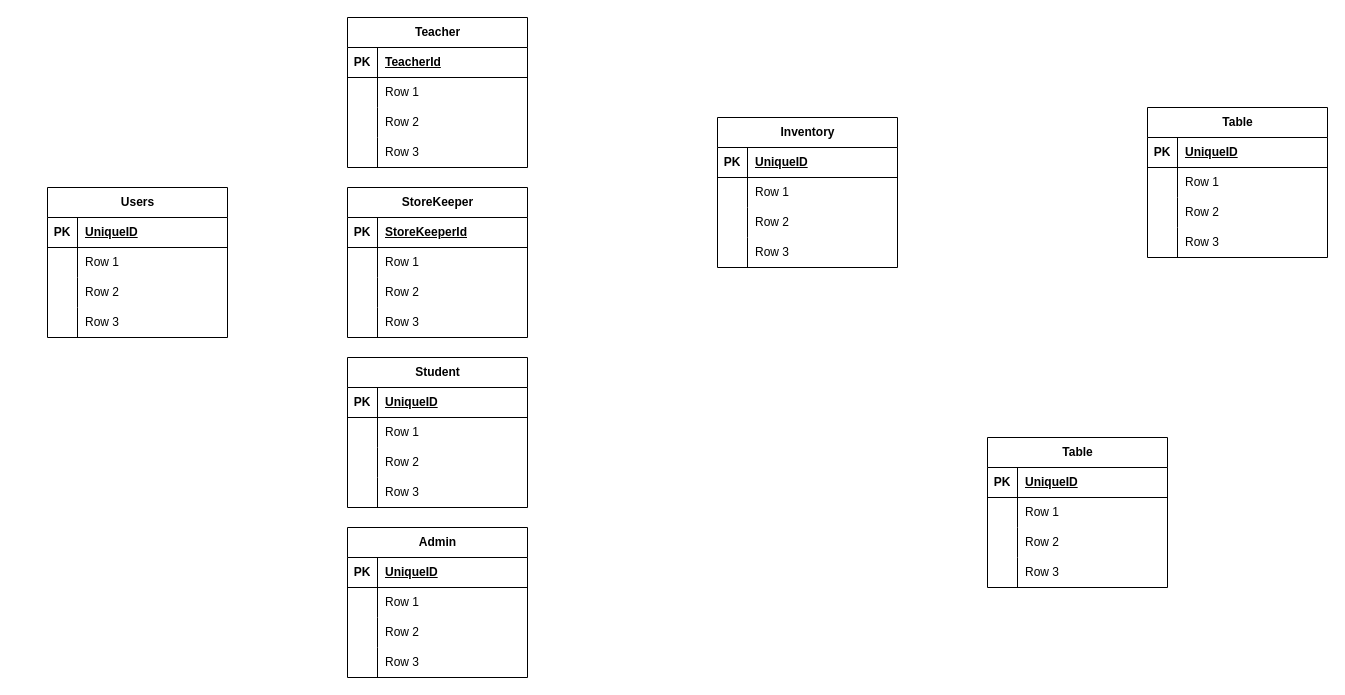
This is DER.drawio from MRiv1214/Almacen, a draw.io file, before an edit. Source tidied: cells renumbered, new cells numbered last; positions are measured from the earlier drawing's top-left corner, leaving out a move shared by most shapes. Both pictures are drawn from the tidied source at 100%, with x=0, y=0 at pixel (47, 17).
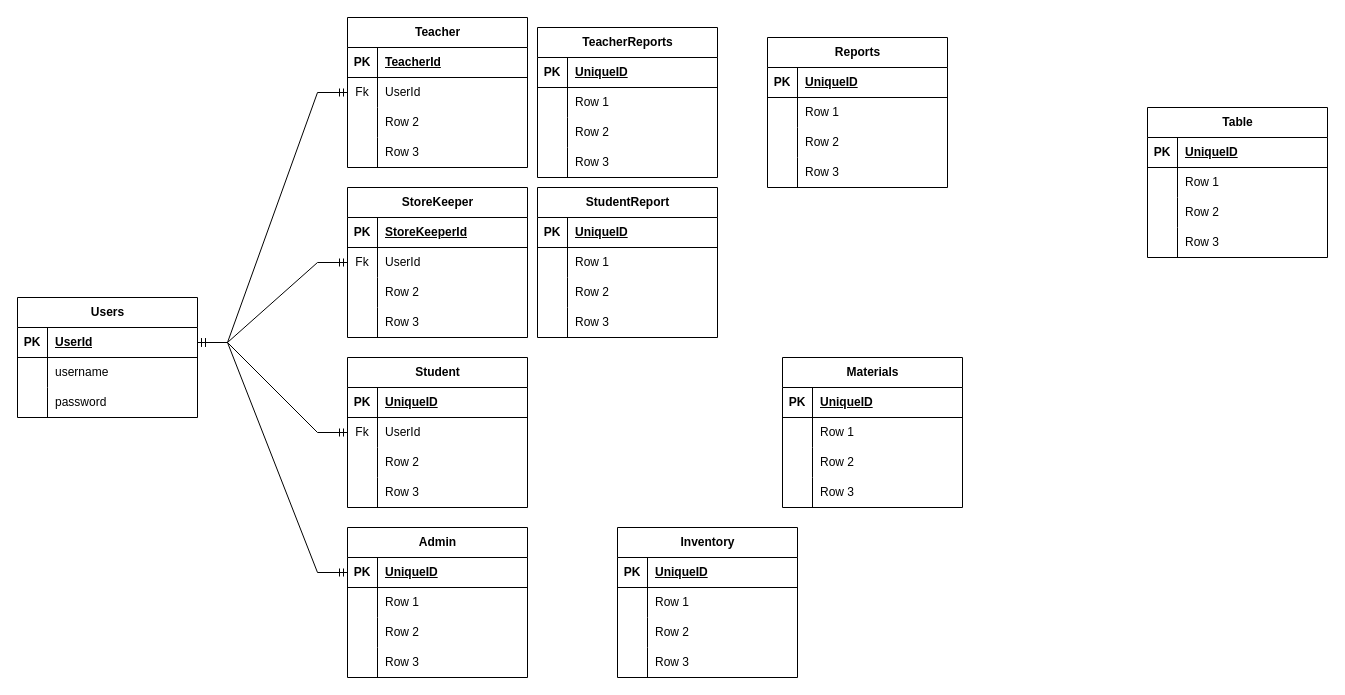
After the change.

Unchanged cells that the change refers to:
```xml
<mxCell id="3" style="shape=tableRow;horizontal=0;startSize=0;swimlaneHead=0;swimlaneBody=0;fillColor=none;points=[[0,0.5],[1,0.5]];portConstraint=eastwest;top=0;left=0;right=0;bottom=1;" parent="2" vertex="1">
  <mxGeometry y="30" width="180" height="30" as="geometry" />
</mxCell>
<mxCell id="6" style="shape=tableRow;horizontal=0;startSize=0;swimlaneHead=0;swimlaneBody=0;fillColor=none;top=0;left=0;right=0;bottom=0;" parent="2" vertex="1">
  <mxGeometry y="60" width="180" height="30" as="geometry" />
</mxCell>
<mxCell id="9" style="shape=tableRow;horizontal=0;startSize=0;swimlaneHead=0;swimlaneBody=0;fillColor=none;top=0;left=0;right=0;bottom=0;" parent="2" vertex="1">
  <mxGeometry y="90" width="180" height="30" as="geometry" />
</mxCell>
<mxCell id="19" style="shape=tableRow;horizontal=0;startSize=0;swimlaneHead=0;swimlaneBody=0;fillColor=none;points=[[0,0.5],[1,0.5]];portConstraint=eastwest;top=0;left=0;right=0;bottom=0;" parent="15" vertex="1">
  <mxGeometry y="60" width="180" height="30" as="geometry" />
</mxCell>
<mxCell id="32" style="shape=tableRow;horizontal=0;startSize=0;swimlaneHead=0;swimlaneBody=0;fillColor=none;points=[[0,0.5],[1,0.5]];portConstraint=eastwest;top=0;left=0;right=0;bottom=0;" parent="28" vertex="1">
  <mxGeometry y="60" width="180" height="30" as="geometry" />
</mxCell>
<mxCell id="45" style="shape=tableRow;horizontal=0;startSize=0;swimlaneHead=0;swimlaneBody=0;fillColor=none;points=[[0,0.5],[1,0.5]];portConstraint=eastwest;top=0;left=0;right=0;bottom=0;" parent="41" vertex="1">
  <mxGeometry y="60" width="180" height="30" as="geometry" />
</mxCell>
<mxCell id="55" style="shape=tableRow;horizontal=0;startSize=0;swimlaneHead=0;swimlaneBody=0;fillColor=none;points=[[0,0.5],[1,0.5]];portConstraint=eastwest;top=0;left=0;right=0;bottom=1;" parent="54" vertex="1">
  <mxGeometry y="30" width="180" height="30" as="geometry" />
</mxCell>
```

Diff of the diagram source:
```diff
@@
     <mxCell id="2" value="Users" style="shape=table;startSize=30;childLayout=tableLayout;rowLines=0;fontStyle=1;align=center;html=1;" parent="1" vertex="1">
-      <mxGeometry y="170" width="180" height="150" as="geometry" />
+      <mxGeometry x="-30" y="280" width="180" height="120" as="geometry" />
     </mxCell>
@@
-    <mxCell id="5" value="UniqueID" style="shape=partialRectangle;fillColor=none;top=0;left=0;bottom=0;right=0;align=left;spacingLeft=6;fontStyle=5;overflow=hidden;whiteSpace=wrap;html=1;" parent="3" vertex="1">
+    <mxCell id="5" value="UserId" style="shape=partialRectangle;fillColor=none;top=0;left=0;bottom=0;right=0;align=left;spacingLeft=6;fontStyle=5;overflow=hidden;whiteSpace=wrap;html=1;" parent="3" vertex="1">
       <mxGeometry x="30" width="150" height="30" as="geometry" />
     </mxCell>
@@
-    <mxCell id="8" value="Row 1" style="shape=partialRectangle;fillColor=none;top=0;left=0;bottom=0;right=0;align=left;spacingLeft=6;overflow=hidden;whiteSpace=wrap;html=1;" parent="6" vertex="1">
+    <mxCell id="8" value="username" style="shape=partialRectangle;fillColor=none;top=0;left=0;bottom=0;right=0;align=left;spacingLeft=6;overflow=hidden;whiteSpace=wrap;html=1;" parent="6" vertex="1">
       <mxGeometry x="30" width="150" height="30" as="geometry" />
     </mxCell>
@@
-    <mxCell id="11" value="Row 2" style="shape=partialRectangle;fillColor=none;top=0;left=0;bottom=0;right=0;align=left;spacingLeft=6;overflow=hidden;whiteSpace=wrap;html=1;" parent="9" vertex="1">
+    <mxCell id="11" value="password " style="shape=partialRectangle;fillColor=none;top=0;left=0;bottom=0;right=0;align=left;spacingLeft=6;overflow=hidden;whiteSpace=wrap;html=1;" parent="9" vertex="1">
       <mxGeometry x="30" width="150" height="30" as="geometry" />
     </mxCell>
-    <mxCell id="12" style="shape=tableRow;horizontal=0;startSize=0;swimlaneHead=0;swimlaneBody=0;fillColor=none;top=0;left=0;right=0;bottom=0;" parent="2" vertex="1">
-      <mxGeometry y="120" width="180" height="30" as="geometry" />
-    </mxCell>
-    <mxCell id="13" style="shape=partialRectangle;fillColor=none;top=0;left=0;bottom=0;right=0;overflow=hidden;whiteSpace=wrap;html=1;" parent="12" vertex="1">
-      <mxGeometry width="30" height="30" as="geometry" />
-    </mxCell>
-    <mxCell id="14" value="Row 3" style="shape=partialRectangle;fillColor=none;top=0;left=0;bottom=0;right=0;align=left;spacingLeft=6;overflow=hidden;whiteSpace=wrap;html=1;" parent="12" vertex="1">
-      <mxGeometry x="30" width="150" height="30" as="geometry" />
-    </mxCell>
@@
-    <mxCell id="20" style="shape=partialRectangle;fillColor=none;top=0;left=0;bottom=0;right=0;overflow=hidden;whiteSpace=wrap;html=1;" parent="19" vertex="1">
+    <mxCell id="20" value="Fk" style="shape=partialRectangle;fillColor=none;top=0;left=0;bottom=0;right=0;overflow=hidden;whiteSpace=wrap;html=1;" parent="19" vertex="1">
       <mxGeometry width="30" height="30" as="geometry" />
     </mxCell>
-    <mxCell id="21" value="Row 1" style="shape=partialRectangle;fillColor=none;top=0;left=0;bottom=0;right=0;align=left;spacingLeft=6;overflow=hidden;whiteSpace=wrap;html=1;" parent="19" vertex="1">
+    <mxCell id="21" value="UserId" style="shape=partialRectangle;fillColor=none;top=0;left=0;bottom=0;right=0;align=left;spacingLeft=6;overflow=hidden;whiteSpace=wrap;html=1;" parent="19" vertex="1">
       <mxGeometry x="30" width="150" height="30" as="geometry" />
     </mxCell>
@@
-    <mxCell id="33" style="shape=partialRectangle;fillColor=none;top=0;left=0;bottom=0;right=0;overflow=hidden;whiteSpace=wrap;html=1;" parent="32" vertex="1">
+    <mxCell id="33" value="Fk" style="shape=partialRectangle;fillColor=none;top=0;left=0;bottom=0;right=0;overflow=hidden;whiteSpace=wrap;html=1;" parent="32" vertex="1">
       <mxGeometry width="30" height="30" as="geometry" />
     </mxCell>
-    <mxCell id="34" value="Row 1" style="shape=partialRectangle;fillColor=none;top=0;left=0;bottom=0;right=0;align=left;spacingLeft=6;overflow=hidden;whiteSpace=wrap;html=1;" parent="32" vertex="1">
+    <mxCell id="34" value="UserId" style="shape=partialRectangle;fillColor=none;top=0;left=0;bottom=0;right=0;align=left;spacingLeft=6;overflow=hidden;whiteSpace=wrap;html=1;" parent="32" vertex="1">
       <mxGeometry x="30" width="150" height="30" as="geometry" />
     </mxCell>
@@
-    <mxCell id="46" style="shape=partialRectangle;fillColor=none;top=0;left=0;bottom=0;right=0;overflow=hidden;whiteSpace=wrap;html=1;" parent="45" vertex="1">
+    <mxCell id="46" value="Fk" style="shape=partialRectangle;fillColor=none;top=0;left=0;bottom=0;right=0;overflow=hidden;whiteSpace=wrap;html=1;" parent="45" vertex="1">
       <mxGeometry width="30" height="30" as="geometry" />
     </mxCell>
-    <mxCell id="47" value="Row 1" style="shape=partialRectangle;fillColor=none;top=0;left=0;bottom=0;right=0;align=left;spacingLeft=6;overflow=hidden;whiteSpace=wrap;html=1;" parent="45" vertex="1">
+    <mxCell id="47" value="UserId" style="shape=partialRectangle;fillColor=none;top=0;left=0;bottom=0;right=0;align=left;spacingLeft=6;overflow=hidden;whiteSpace=wrap;html=1;" parent="45" vertex="1">
       <mxGeometry x="30" width="150" height="30" as="geometry" />
     </mxCell>
@@
     <mxCell id="80" value="Inventory" style="shape=table;startSize=30;childLayout=tableLayout;rowLines=0;fontStyle=1;align=center;html=1;" parent="1" vertex="1">
-      <mxGeometry x="670" y="100" width="180" height="150" as="geometry" />
+      <mxGeometry x="570" y="510" width="180" height="150" as="geometry" />
     </mxCell>
@@
-    <mxCell id="93" value="Table" style="shape=table;startSize=30;childLayout=tableLayout;rowLines=0;fontStyle=1;align=center;html=1;" parent="1" vertex="1">
-      <mxGeometry x="940" y="420" width="180" height="150" as="geometry" />
+    <mxCell id="93" value="Reports" style="shape=table;startSize=30;childLayout=tableLayout;rowLines=0;fontStyle=1;align=center;html=1;" parent="1" vertex="1">
+      <mxGeometry x="720" y="20" width="180" height="150" as="geometry" />
     </mxCell>
@@
+    <mxCell id="106" style="edgeStyle=entityRelationEdgeStyle;fontSize=12;html=1;endArrow=ERmandOne;startArrow=ERmandOne;rounded=0;exitX=1;exitY=0.5;exitDx=0;exitDy=0;entryX=0;entryY=0.5;entryDx=0;entryDy=0;" parent="1" edge="1" source="3" target="19">
+      <mxGeometry relative="1" as="geometry" />
+    </mxCell>
+    <mxCell id="107" style="edgeStyle=entityRelationEdgeStyle;fontSize=12;html=1;endArrow=ERmandOne;startArrow=ERmandOne;rounded=0;exitX=1;exitY=0.5;exitDx=0;exitDy=0;entryX=0;entryY=0.5;entryDx=0;entryDy=0;" parent="1" edge="1" source="3" target="32">
+      <mxGeometry relative="1" as="geometry" />
+    </mxCell>
+    <mxCell id="108" style="edgeStyle=entityRelationEdgeStyle;fontSize=12;html=1;endArrow=ERmandOne;startArrow=ERmandOne;rounded=0;exitX=1;exitY=0.5;exitDx=0;exitDy=0;entryX=0;entryY=0.5;entryDx=0;entryDy=0;" parent="1" edge="1" source="3" target="55">
+      <mxGeometry relative="1" as="geometry" />
+    </mxCell>
+    <mxCell id="109" style="edgeStyle=entityRelationEdgeStyle;fontSize=12;html=1;endArrow=ERmandOne;startArrow=ERmandOne;rounded=0;exitX=1;exitY=0.5;exitDx=0;exitDy=0;entryX=0;entryY=0.5;entryDx=0;entryDy=0;" parent="1" edge="1" source="3" target="45">
+      <mxGeometry relative="1" as="geometry" />
+    </mxCell>
+    <mxCell id="110" value="TeacherReports" style="shape=table;startSize=30;childLayout=tableLayout;rowLines=0;fontStyle=1;align=center;html=1;" parent="1" vertex="1">
+      <mxGeometry x="490" y="10" width="180" height="150" as="geometry" />
+    </mxCell>
+    <mxCell id="111" style="shape=tableRow;horizontal=0;startSize=0;swimlaneHead=0;swimlaneBody=0;fillColor=none;top=0;left=0;right=0;bottom=1;" parent="110" vertex="1">
+      <mxGeometry y="30" width="180" height="30" as="geometry" />
+    </mxCell>
+    <mxCell id="112" value="PK" style="shape=partialRectangle;fillColor=none;top=0;left=0;bottom=0;right=0;fontStyle=1;overflow=hidden;whiteSpace=wrap;html=1;" parent="111" vertex="1">
+      <mxGeometry width="30" height="30" as="geometry" />
+    </mxCell>
+    <mxCell id="113" value="UniqueID" style="shape=partialRectangle;fillColor=none;top=0;left=0;bottom=0;right=0;align=left;spacingLeft=6;fontStyle=5;overflow=hidden;whiteSpace=wrap;html=1;" parent="111" vertex="1">
+      <mxGeometry x="30" width="150" height="30" as="geometry" />
+    </mxCell>
+    <mxCell id="114" style="shape=tableRow;horizontal=0;startSize=0;swimlaneHead=0;swimlaneBody=0;fillColor=none;top=0;left=0;right=0;bottom=0;" parent="110" vertex="1">
+      <mxGeometry y="60" width="180" height="30" as="geometry" />
+    </mxCell>
+    <mxCell id="115" style="shape=partialRectangle;fillColor=none;top=0;left=0;bottom=0;right=0;overflow=hidden;whiteSpace=wrap;html=1;" parent="114" vertex="1">
+      <mxGeometry width="30" height="30" as="geometry" />
+    </mxCell>
+    <mxCell id="116" value="Row 1" style="shape=partialRectangle;fillColor=none;top=0;left=0;bottom=0;right=0;align=left;spacingLeft=6;overflow=hidden;whiteSpace=wrap;html=1;" parent="114" vertex="1">
+      <mxGeometry x="30" width="150" height="30" as="geometry" />
+    </mxCell>
+    <mxCell id="117" style="shape=tableRow;horizontal=0;startSize=0;swimlaneHead=0;swimlaneBody=0;fillColor=none;top=0;left=0;right=0;bottom=0;" parent="110" vertex="1">
+      <mxGeometry y="90" width="180" height="30" as="geometry" />
+    </mxCell>
+    <mxCell id="118" style="shape=partialRectangle;fillColor=none;top=0;left=0;bottom=0;right=0;overflow=hidden;whiteSpace=wrap;html=1;" parent="117" vertex="1">
+      <mxGeometry width="30" height="30" as="geometry" />
+    </mxCell>
+    <mxCell id="119" value="Row 2" style="shape=partialRectangle;fillColor=none;top=0;left=0;bottom=0;right=0;align=left;spacingLeft=6;overflow=hidden;whiteSpace=wrap;html=1;" parent="117" vertex="1">
+      <mxGeometry x="30" width="150" height="30" as="geometry" />
+    </mxCell>
+    <mxCell id="120" style="shape=tableRow;horizontal=0;startSize=0;swimlaneHead=0;swimlaneBody=0;fillColor=none;top=0;left=0;right=0;bottom=0;" parent="110" vertex="1">
+      <mxGeometry y="120" width="180" height="30" as="geometry" />
+    </mxCell>
+    <mxCell id="121" style="shape=partialRectangle;fillColor=none;top=0;left=0;bottom=0;right=0;overflow=hidden;whiteSpace=wrap;html=1;" parent="120" vertex="1">
+      <mxGeometry width="30" height="30" as="geometry" />
+    </mxCell>
+    <mxCell id="122" value="Row 3" style="shape=partialRectangle;fillColor=none;top=0;left=0;bottom=0;right=0;align=left;spacingLeft=6;overflow=hidden;whiteSpace=wrap;html=1;" parent="120" vertex="1">
+      <mxGeometry x="30" width="150" height="30" as="geometry" />
+    </mxCell>
+    <mxCell id="123" value="&lt;div&gt;Materials&lt;/div&gt;" style="shape=table;startSize=30;childLayout=tableLayout;rowLines=0;fontStyle=1;align=center;html=1;" parent="1" vertex="1">
+      <mxGeometry x="735" y="340" width="180" height="150" as="geometry" />
+    </mxCell>
+    <mxCell id="124" style="shape=tableRow;horizontal=0;startSize=0;swimlaneHead=0;swimlaneBody=0;fillColor=none;top=0;left=0;right=0;bottom=1;" parent="123" vertex="1">
+      <mxGeometry y="30" width="180" height="30" as="geometry" />
+    </mxCell>
+    <mxCell id="125" value="PK" style="shape=partialRectangle;fillColor=none;top=0;left=0;bottom=0;right=0;fontStyle=1;overflow=hidden;whiteSpace=wrap;html=1;" parent="124" vertex="1">
+      <mxGeometry width="30" height="30" as="geometry" />
+    </mxCell>
+    <mxCell id="126" value="UniqueID" style="shape=partialRectangle;fillColor=none;top=0;left=0;bottom=0;right=0;align=left;spacingLeft=6;fontStyle=5;overflow=hidden;whiteSpace=wrap;html=1;" parent="124" vertex="1">
+      <mxGeometry x="30" width="150" height="30" as="geometry" />
+    </mxCell>
+    <mxCell id="127" style="shape=tableRow;horizontal=0;startSize=0;swimlaneHead=0;swimlaneBody=0;fillColor=none;top=0;left=0;right=0;bottom=0;" parent="123" vertex="1">
+      <mxGeometry y="60" width="180" height="30" as="geometry" />
+    </mxCell>
+    <mxCell id="128" style="shape=partialRectangle;fillColor=none;top=0;left=0;bottom=0;right=0;overflow=hidden;whiteSpace=wrap;html=1;" parent="127" vertex="1">
+      <mxGeometry width="30" height="30" as="geometry" />
+    </mxCell>
+    <mxCell id="129" value="Row 1" style="shape=partialRectangle;fillColor=none;top=0;left=0;bottom=0;right=0;align=left;spacingLeft=6;overflow=hidden;whiteSpace=wrap;html=1;" parent="127" vertex="1">
+      <mxGeometry x="30" width="150" height="30" as="geometry" />
+    </mxCell>
+    <mxCell id="130" style="shape=tableRow;horizontal=0;startSize=0;swimlaneHead=0;swimlaneBody=0;fillColor=none;top=0;left=0;right=0;bottom=0;" parent="123" vertex="1">
+      <mxGeometry y="90" width="180" height="30" as="geometry" />
+    </mxCell>
+    <mxCell id="131" style="shape=partialRectangle;fillColor=none;top=0;left=0;bottom=0;right=0;overflow=hidden;whiteSpace=wrap;html=1;" parent="130" vertex="1">
+      <mxGeometry width="30" height="30" as="geometry" />
+    </mxCell>
+    <mxCell id="132" value="Row 2" style="shape=partialRectangle;fillColor=none;top=0;left=0;bottom=0;right=0;align=left;spacingLeft=6;overflow=hidden;whiteSpace=wrap;html=1;" parent="130" vertex="1">
+      <mxGeometry x="30" width="150" height="30" as="geometry" />
+    </mxCell>
+    <mxCell id="133" style="shape=tableRow;horizontal=0;startSize=0;swimlaneHead=0;swimlaneBody=0;fillColor=none;top=0;left=0;right=0;bottom=0;" parent="123" vertex="1">
+      <mxGeometry y="120" width="180" height="30" as="geometry" />
+    </mxCell>
+    <mxCell id="134" style="shape=partialRectangle;fillColor=none;top=0;left=0;bottom=0;right=0;overflow=hidden;whiteSpace=wrap;html=1;" parent="133" vertex="1">
+      <mxGeometry width="30" height="30" as="geometry" />
+    </mxCell>
+    <mxCell id="135" value="Row 3" style="shape=partialRectangle;fillColor=none;top=0;left=0;bottom=0;right=0;align=left;spacingLeft=6;overflow=hidden;whiteSpace=wrap;html=1;" parent="133" vertex="1">
+      <mxGeometry x="30" width="150" height="30" as="geometry" />
+    </mxCell>
+    <mxCell id="136" value="StudentReport" style="shape=table;startSize=30;childLayout=tableLayout;rowLines=0;fontStyle=1;align=center;html=1;" parent="1" vertex="1">
+      <mxGeometry x="490" y="170" width="180" height="150" as="geometry" />
+    </mxCell>
+    <mxCell id="137" style="shape=tableRow;horizontal=0;startSize=0;swimlaneHead=0;swimlaneBody=0;fillColor=none;top=0;left=0;right=0;bottom=1;" parent="136" vertex="1">
+      <mxGeometry y="30" width="180" height="30" as="geometry" />
+    </mxCell>
+    <mxCell id="138" value="PK" style="shape=partialRectangle;fillColor=none;top=0;left=0;bottom=0;right=0;fontStyle=1;overflow=hidden;whiteSpace=wrap;html=1;" parent="137" vertex="1">
+      <mxGeometry width="30" height="30" as="geometry" />
+    </mxCell>
+    <mxCell id="139" value="UniqueID" style="shape=partialRectangle;fillColor=none;top=0;left=0;bottom=0;right=0;align=left;spacingLeft=6;fontStyle=5;overflow=hidden;whiteSpace=wrap;html=1;" parent="137" vertex="1">
+      <mxGeometry x="30" width="150" height="30" as="geometry" />
+    </mxCell>
+    <mxCell id="140" style="shape=tableRow;horizontal=0;startSize=0;swimlaneHead=0;swimlaneBody=0;fillColor=none;top=0;left=0;right=0;bottom=0;" parent="136" vertex="1">
+      <mxGeometry y="60" width="180" height="30" as="geometry" />
+    </mxCell>
+    <mxCell id="141" style="shape=partialRectangle;fillColor=none;top=0;left=0;bottom=0;right=0;overflow=hidden;whiteSpace=wrap;html=1;" parent="140" vertex="1">
+      <mxGeometry width="30" height="30" as="geometry" />
+    </mxCell>
+    <mxCell id="142" value="Row 1" style="shape=partialRectangle;fillColor=none;top=0;left=0;bottom=0;right=0;align=left;spacingLeft=6;overflow=hidden;whiteSpace=wrap;html=1;" parent="140" vertex="1">
+      <mxGeometry x="30" width="150" height="30" as="geometry" />
+    </mxCell>
+    <mxCell id="143" style="shape=tableRow;horizontal=0;startSize=0;swimlaneHead=0;swimlaneBody=0;fillColor=none;top=0;left=0;right=0;bottom=0;" parent="136" vertex="1">
+      <mxGeometry y="90" width="180" height="30" as="geometry" />
+    </mxCell>
+    <mxCell id="144" style="shape=partialRectangle;fillColor=none;top=0;left=0;bottom=0;right=0;overflow=hidden;whiteSpace=wrap;html=1;" parent="143" vertex="1">
+      <mxGeometry width="30" height="30" as="geometry" />
+    </mxCell>
+    <mxCell id="145" value="Row 2" style="shape=partialRectangle;fillColor=none;top=0;left=0;bottom=0;right=0;align=left;spacingLeft=6;overflow=hidden;whiteSpace=wrap;html=1;" parent="143" vertex="1">
+      <mxGeometry x="30" width="150" height="30" as="geometry" />
+    </mxCell>
+    <mxCell id="146" style="shape=tableRow;horizontal=0;startSize=0;swimlaneHead=0;swimlaneBody=0;fillColor=none;top=0;left=0;right=0;bottom=0;" parent="136" vertex="1">
+      <mxGeometry y="120" width="180" height="30" as="geometry" />
+    </mxCell>
+    <mxCell id="147" style="shape=partialRectangle;fillColor=none;top=0;left=0;bottom=0;right=0;overflow=hidden;whiteSpace=wrap;html=1;" parent="146" vertex="1">
+      <mxGeometry width="30" height="30" as="geometry" />
+    </mxCell>
+    <mxCell id="148" value="Row 3" style="shape=partialRectangle;fillColor=none;top=0;left=0;bottom=0;right=0;align=left;spacingLeft=6;overflow=hidden;whiteSpace=wrap;html=1;" parent="146" vertex="1">
+      <mxGeometry x="30" width="150" height="30" as="geometry" />
+    </mxCell>
```
